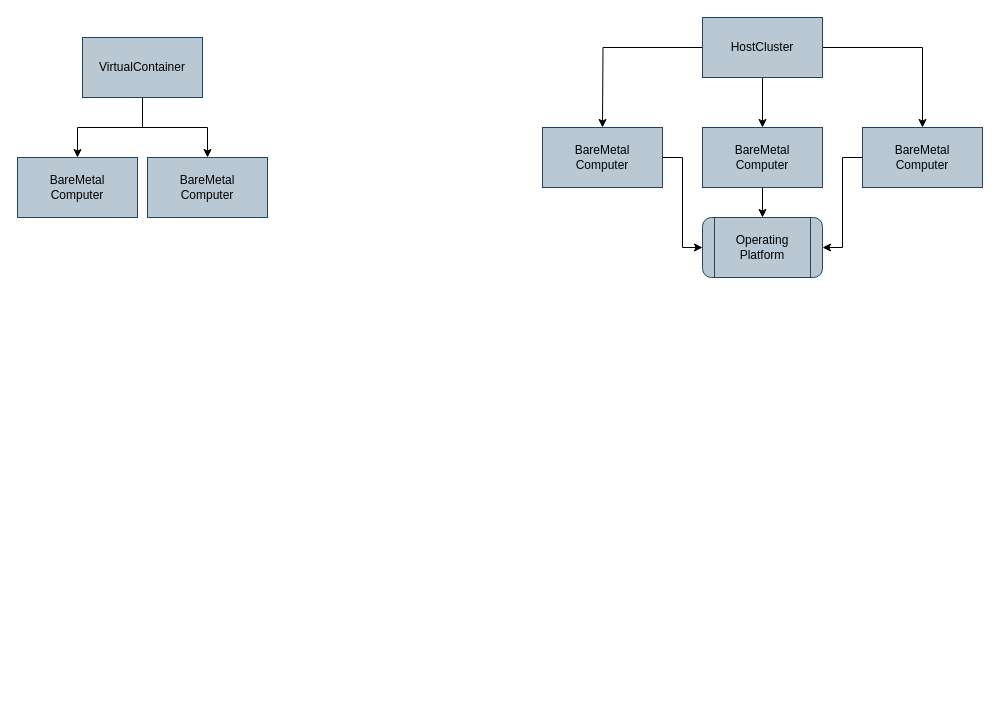
Before: page "hosts" (2 of 14) of open-metadata-implementation/access-services/it-infrastructure/docs/it-infrastructure-omas.drawio in odpi/egeria, a draw.io diagram. Source tidied: cells renumbered, new cells numbered last; positions are measured from the earlier drawing's top-left corner, leaving out a move shared by most shapes. Both pictures are drawn from the tidied source at 100%, with x=0, y=0 at pixel (17, 17).
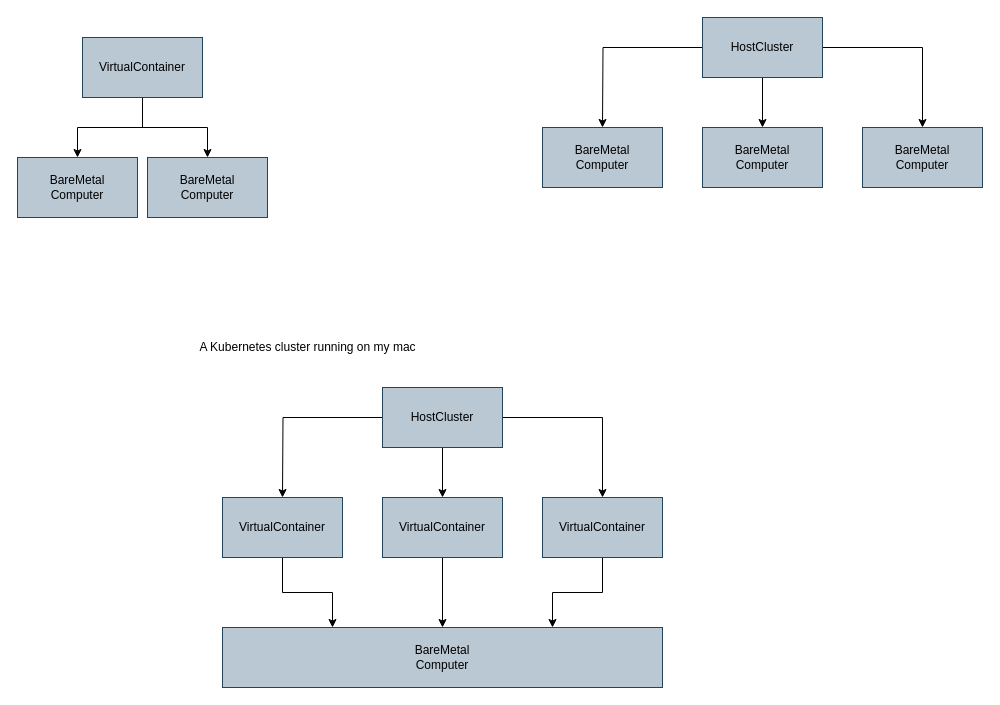
The same page after the edit.

Unchanged cells that the change refers to:
```xml
<mxCell id="3" value="BareMetal&lt;br&gt;Computer" style="rounded=0;whiteSpace=wrap;html=1;align=center;fillColor=#bac8d3;strokeColor=#23445d;" parent="1" vertex="1">
  <mxGeometry x="525" y="110" width="120" height="60" as="geometry" />
</mxCell>
<mxCell id="9" value="BareMetal&lt;br&gt;Computer" style="rounded=0;whiteSpace=wrap;html=1;align=center;fillColor=#bac8d3;strokeColor=#23445d;" parent="1" vertex="1">
  <mxGeometry x="845" y="110" width="120" height="60" as="geometry" />
</mxCell>
<mxCell id="11" value="BareMetal&lt;br&gt;Computer" style="rounded=0;whiteSpace=wrap;html=1;align=center;fillColor=#bac8d3;strokeColor=#23445d;" parent="1" vertex="1">
  <mxGeometry x="685" y="110" width="120" height="60" as="geometry" />
</mxCell>
```

The edit, as a diff of the source:
```diff
@@
-    <mxCell id="2" style="edgeStyle=orthogonalEdgeStyle;rounded=0;jettySize=auto;html=1;entryX=0;entryY=0.5;entryDx=0;entryDy=0;" parent="1" edge="1" source="3" target="17">
-      <mxGeometry relative="1" as="geometry" />
-    </mxCell>
@@
-    <mxCell id="8" style="edgeStyle=orthogonalEdgeStyle;rounded=0;jettySize=auto;html=1;entryX=1;entryY=0.5;entryDx=0;entryDy=0;" parent="1" edge="1" source="9" target="17">
-      <mxGeometry relative="1" as="geometry" />
-    </mxCell>
@@
-    <mxCell id="10" style="edgeStyle=orthogonalEdgeStyle;rounded=0;jettySize=auto;html=1;" parent="1" edge="1" source="11" target="17">
-      <mxGeometry relative="1" as="geometry" />
-    </mxCell>
@@
-    <mxCell id="17" value="Operating Platform" style="shape=process;whiteSpace=wrap;html=1;backgroundOutline=1;align=center;fillColor=#bac8d3;strokeColor=#23445d;rounded=1;" parent="1" vertex="1">
-      <mxGeometry x="685" y="200" width="120" height="60" as="geometry" />
-    </mxCell>
+    <mxCell id="18" style="edgeStyle=orthogonalEdgeStyle;rounded=0;jettySize=auto;html=1;entryX=0.25;entryY=0;entryDx=0;entryDy=0;startArrow=none;startFill=0;" parent="1" edge="1" source="19" target="28">
+      <mxGeometry relative="1" as="geometry" />
+    </mxCell>
+    <mxCell id="19" value="VirtualContainer" style="rounded=0;whiteSpace=wrap;html=1;align=center;fillColor=#bac8d3;strokeColor=#23445d;" parent="1" vertex="1">
+      <mxGeometry x="205" y="480" width="120" height="60" as="geometry" />
+    </mxCell>
+    <mxCell id="20" style="edgeStyle=orthogonalEdgeStyle;rounded=0;jettySize=auto;html=1;entryX=0.5;entryY=0;entryDx=0;entryDy=0;" parent="1" edge="1" source="23" target="25">
+      <mxGeometry relative="1" as="geometry" />
+    </mxCell>
+    <mxCell id="21" style="edgeStyle=orthogonalEdgeStyle;rounded=0;jettySize=auto;html=1;" parent="1" edge="1" source="23" target="27">
+      <mxGeometry relative="1" as="geometry" />
+    </mxCell>
+    <mxCell id="22" style="edgeStyle=orthogonalEdgeStyle;rounded=0;jettySize=auto;html=1;" parent="1" edge="1" source="23">
+      <mxGeometry relative="1" as="geometry">
+        <mxPoint x="265" y="480" as="targetPoint" />
+      </mxGeometry>
+    </mxCell>
+    <mxCell id="23" value="HostCluster" style="rounded=0;whiteSpace=wrap;html=1;align=center;fillColor=#bac8d3;strokeColor=#23445d;" parent="1" vertex="1">
+      <mxGeometry x="365" y="370" width="120" height="60" as="geometry" />
+    </mxCell>
+    <mxCell id="24" style="edgeStyle=orthogonalEdgeStyle;rounded=0;jettySize=auto;html=1;entryX=0.75;entryY=0;entryDx=0;entryDy=0;startArrow=none;startFill=0;" parent="1" edge="1" source="25" target="28">
+      <mxGeometry relative="1" as="geometry" />
+    </mxCell>
+    <mxCell id="25" value="VirtualContainer" style="rounded=0;whiteSpace=wrap;html=1;align=center;fillColor=#bac8d3;strokeColor=#23445d;" parent="1" vertex="1">
+      <mxGeometry x="525" y="480" width="120" height="60" as="geometry" />
+    </mxCell>
+    <mxCell id="26" style="edgeStyle=orthogonalEdgeStyle;rounded=0;jettySize=auto;html=1;startArrow=none;startFill=0;" parent="1" edge="1" source="27" target="28">
+      <mxGeometry relative="1" as="geometry" />
+    </mxCell>
+    <mxCell id="27" value="VirtualContainer" style="rounded=0;whiteSpace=wrap;html=1;align=center;fillColor=#bac8d3;strokeColor=#23445d;" parent="1" vertex="1">
+      <mxGeometry x="365" y="480" width="120" height="60" as="geometry" />
+    </mxCell>
+    <mxCell id="28" value="BareMetal&lt;br&gt;Computer" style="rounded=0;whiteSpace=wrap;html=1;align=center;fillColor=#bac8d3;strokeColor=#23445d;" parent="1" vertex="1">
+      <mxGeometry x="205" y="610" width="440" height="60" as="geometry" />
+    </mxCell>
+    <mxCell id="29" value="A Kubernetes cluster running on my mac" style="text;html=1;align=center;verticalAlign=middle;strokeColor=none;" parent="1" vertex="1">
+      <mxGeometry x="175" y="320" width="230" height="20" as="geometry" />
+    </mxCell>
```
